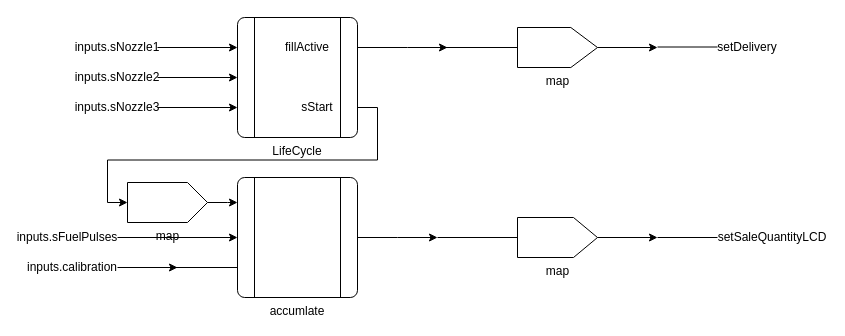
Above: AccumulatePlusPump.drawio in suzuki-taro-29/FRP-chap4-diagrams (draw.io), before the change. Source tidied: cells renumbered, new cells numbered last; positions are measured from the earlier drawing's top-left corner, leaving out a move shared by most shapes. Both pictures are drawn from the tidied source at 100%, with x=0, y=0 at pixel (17, 17).
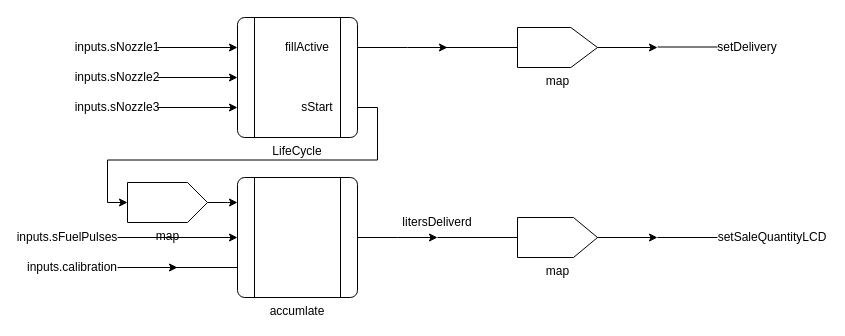
Above is the later version.

Commit message:
AccumulatePlusPump.drawio を更新します

Diff of the diagram source:
```diff
@@
+    <mxCell id="33" value="litersDeliverd" style="text;html=1;align=center;verticalAlign=middle;whiteSpace=wrap;rounded=0;" parent="1" vertex="1">
+      <mxGeometry x="390" y="190" width="60" height="30" as="geometry" />
+    </mxCell>
```
